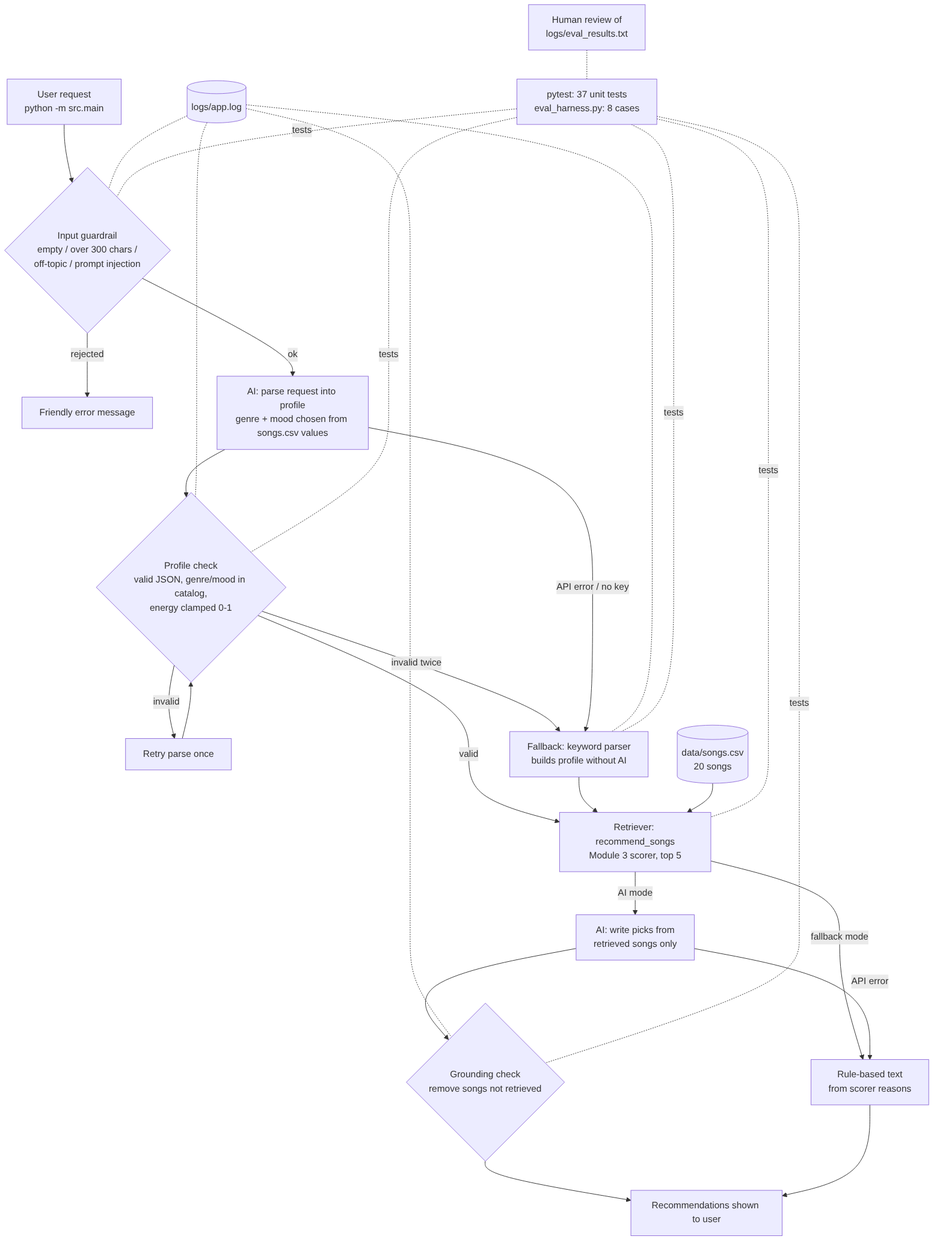
The Mermaid diagram assets/architecture.png in IdyR17/applied-ai-system-final, before a commit. Its source is kept beside it as diagrams/architecture.mmd.
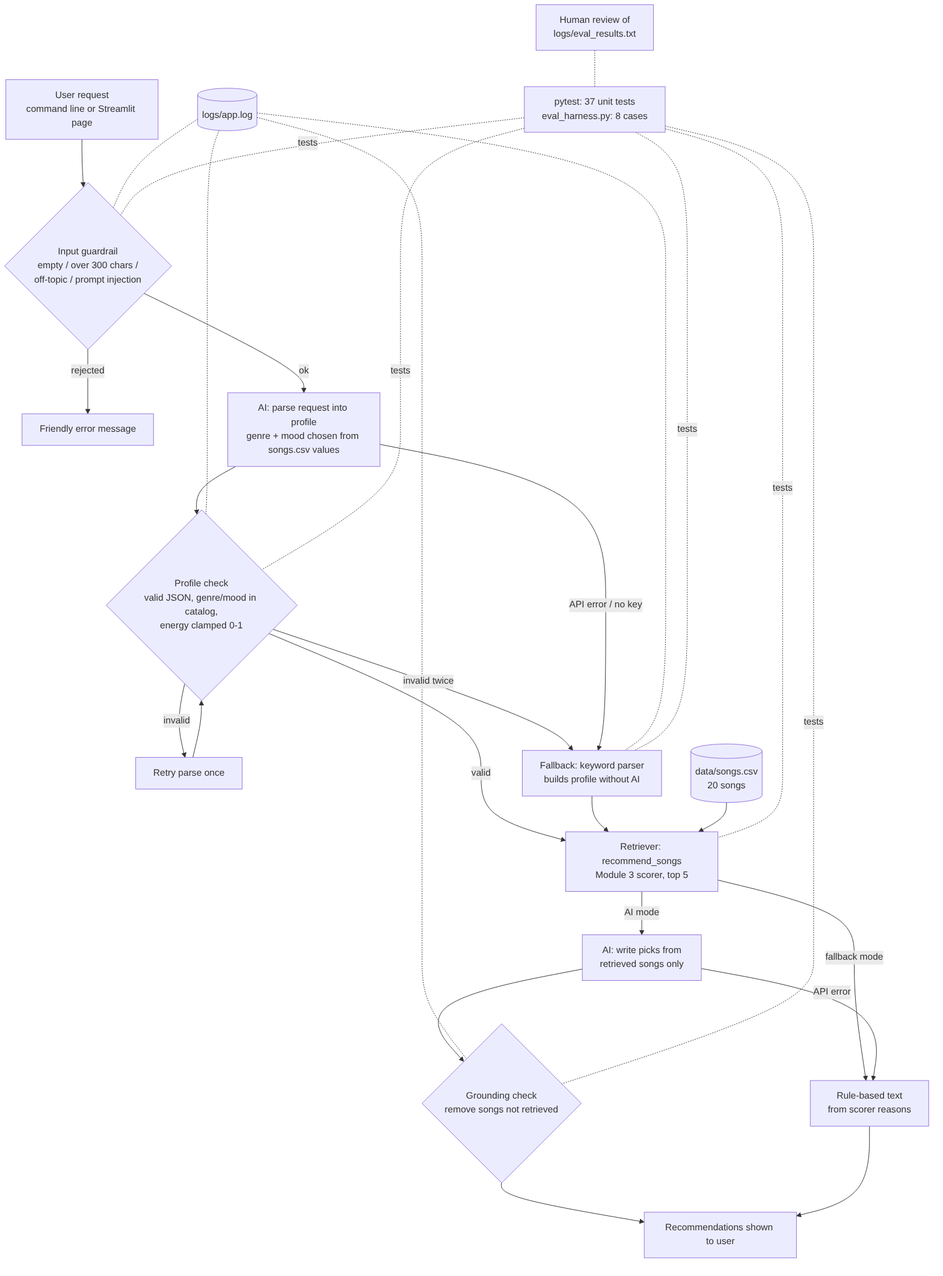
Later version of the same file.

Commit message:
Add Streamlit page for presenting the assistant

The edit, as a diff of the source:
```diff
@@ -1,5 +1,5 @@
 flowchart TD
-    U[User request<br/>python -m src.main] --> G1{Input guardrail<br/>empty / over 300 chars /<br/>off-topic / prompt injection}
+    U[User request<br/>command line or Streamlit page] --> G1{Input guardrail<br/>empty / over 300 chars /<br/>off-topic / prompt injection}
     G1 -- rejected --> R1[Friendly error message]
     G1 -- ok --> P[AI: parse request into profile<br/>genre + mood chosen from songs.csv values]
     P --> G2{Profile check<br/>valid JSON, genre/mood in catalog,<br/>energy clamped 0-1}
```
